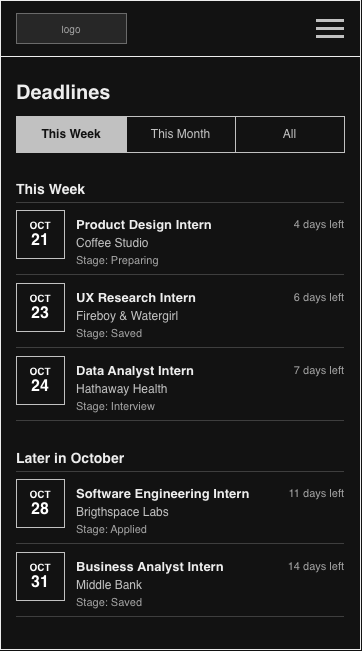
Above: ux-design/wireframes-19-deadlines.drawio.png in agile-students-fall2026/CareerHive (draw.io), before the change. Source tidied: cells renumbered, new cells last; positions are measured from the earlier drawing's top-left corner, leaving out a move shared by most shapes.
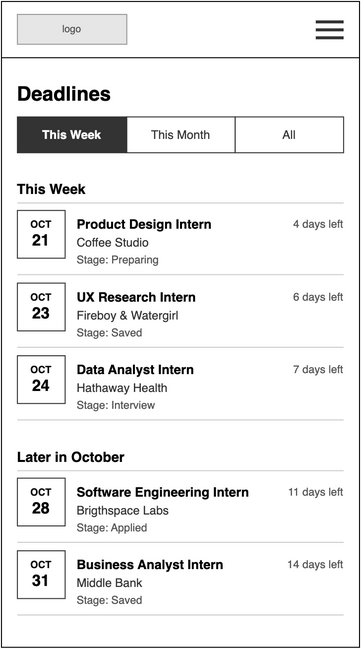
After the commit.

The edit, as a diff of the source:
```diff
@@ -17,10 +17,10 @@
     <mxCell id="6" style="html=1;whiteSpace=wrap;fontFamily=Helvetica;rounded=0;fillColor=#333333;strokeColor=none;" parent="1" vertex="1">
       <mxGeometry x="316" y="35" width="28" height="3" as="geometry" />
     </mxCell>
-    <mxCell id="7" style="html=1;whiteSpace=wrap;fontFamily=Helvetica;fillColor=#000000;strokeColor=none;" parent="1" vertex="1">
+    <mxCell id="7" style="html=1;whiteSpace=wrap;fontFamily=Helvetica;fillColor=#000000;strokeColor=none;rounded=0;" parent="1" vertex="1">
       <mxGeometry y="56" width="360" height="1" as="geometry" />
     </mxCell>
-    <mxCell id="8" value="Deadlines" style="html=1;whiteSpace=wrap;fontFamily=Helvetica;text;strokeColor=none;fillColor=none;spacing=0;overflow=visible;fontSize=20;fontStyle=1;fontColor=#000000;align=left;verticalAlign=top;" parent="1" vertex="1">
+    <mxCell id="8" value="Deadlines" style="html=1;whiteSpace=wrap;fontFamily=Helvetica;text;strokeColor=none;fillColor=none;spacing=0;overflow=visible;fontSize=20;fontStyle=1;fontColor=#000000;align=left;verticalAlign=top;rounded=0;" parent="1" vertex="1">
       <mxGeometry x="16" y="76" width="328" height="28" as="geometry" />
     </mxCell>
     <mxCell id="9" value="This Week" style="html=1;whiteSpace=wrap;fontFamily=Helvetica;rounded=0;fontSize=12;fillColor=#333333;strokeColor=#333333;fontColor=#FFFFFF;fontStyle=1;" parent="1" vertex="1">
@@ -32,7 +32,7 @@
     <mxCell id="11" value="All" style="html=1;whiteSpace=wrap;fontFamily=Helvetica;rounded=0;fontSize=12;fillColor=#FFFFFF;strokeColor=#333333;fontColor=#333333;" parent="1" vertex="1">
       <mxGeometry x="235" y="116" width="109" height="36" as="geometry" />
     </mxCell>
-    <mxCell id="12" value="This Week" style="html=1;whiteSpace=wrap;fontFamily=Helvetica;text;strokeColor=none;fillColor=none;spacing=0;overflow=visible;fontSize=14;fontStyle=1;fontColor=#000000;align=left;verticalAlign=top;" parent="1" vertex="1">
+    <mxCell id="12" value="This Week" style="html=1;whiteSpace=wrap;fontFamily=Helvetica;text;strokeColor=none;fillColor=none;spacing=0;overflow=visible;fontSize=14;fontStyle=1;fontColor=#000000;align=left;verticalAlign=top;rounded=0;" parent="1" vertex="1">
       <mxGeometry x="16" y="176" width="328" height="18" as="geometry" />
     </mxCell>
     <mxCell id="13" style="html=1;whiteSpace=wrap;fontFamily=Helvetica;rounded=0;fillColor=#CCCCCC;strokeColor=none;" parent="1" vertex="1">
@@ -41,16 +41,16 @@
     <mxCell id="14" value="&lt;b&gt;OCT&lt;/b&gt;&lt;br&gt;&lt;font style='font-size:16px'&gt;&lt;b&gt;21&lt;/b&gt;&lt;/font&gt;" style="html=1;whiteSpace=wrap;fontFamily=Helvetica;rounded=0;fillColor=#FFFFFF;strokeColor=#333333;fontSize=10;" parent="1" vertex="1">
       <mxGeometry x="16" y="210" width="48" height="48" as="geometry" />
     </mxCell>
-    <mxCell id="15" value="Product Design Intern" style="html=1;whiteSpace=wrap;fontFamily=Helvetica;text;strokeColor=none;fillColor=none;spacing=0;overflow=visible;fontSize=13;fontStyle=1;fontColor=#000000;align=left;verticalAlign=top;" parent="1" vertex="1">
+    <mxCell id="15" value="Product Design Intern" style="html=1;whiteSpace=wrap;fontFamily=Helvetica;text;strokeColor=none;fillColor=none;spacing=0;overflow=visible;fontSize=13;fontStyle=1;fontColor=#000000;align=left;verticalAlign=top;rounded=0;" parent="1" vertex="1">
       <mxGeometry x="76" y="212" width="190" height="18" as="geometry" />
     </mxCell>
-    <mxCell id="16" value="Coffee Studio" style="html=1;whiteSpace=wrap;fontFamily=Helvetica;text;strokeColor=none;fillColor=none;spacing=0;overflow=visible;fontSize=12;fontStyle=0;fontColor=#333333;align=left;verticalAlign=top;" parent="1" vertex="1">
+    <mxCell id="16" value="Coffee Studio" style="html=1;whiteSpace=wrap;fontFamily=Helvetica;text;strokeColor=none;fillColor=none;spacing=0;overflow=visible;fontSize=12;fontStyle=0;fontColor=#333333;align=left;verticalAlign=top;rounded=0;" parent="1" vertex="1">
       <mxGeometry x="76" y="231" width="190" height="16" as="geometry" />
     </mxCell>
-    <mxCell id="17" value="Stage: Preparing" style="html=1;whiteSpace=wrap;fontFamily=Helvetica;text;strokeColor=none;fillColor=none;spacing=0;overflow=visible;fontSize=11;fontStyle=0;fontColor=#555555;align=left;verticalAlign=top;" parent="1" vertex="1">
+    <mxCell id="17" value="Stage: Preparing" style="html=1;whiteSpace=wrap;fontFamily=Helvetica;text;strokeColor=none;fillColor=none;spacing=0;overflow=visible;fontSize=11;fontStyle=0;fontColor=#555555;align=left;verticalAlign=top;rounded=0;" parent="1" vertex="1">
       <mxGeometry x="76" y="249" width="190" height="16" as="geometry" />
     </mxCell>
-    <mxCell id="18" value="4 days left" style="html=1;whiteSpace=wrap;fontFamily=Helvetica;text;strokeColor=none;fillColor=none;spacing=0;overflow=visible;fontSize=11;fontStyle=0;fontColor=#555555;align=right;verticalAlign=top;" parent="1" vertex="1">
+    <mxCell id="18" value="4 days left" style="html=1;whiteSpace=wrap;fontFamily=Helvetica;text;strokeColor=none;fillColor=none;spacing=0;overflow=visible;fontSize=11;fontStyle=0;fontColor=#555555;align=right;verticalAlign=top;rounded=0;" parent="1" vertex="1">
       <mxGeometry x="264" y="213" width="80" height="16" as="geometry" />
     </mxCell>
     <mxCell id="19" style="html=1;whiteSpace=wrap;fontFamily=Helvetica;rounded=0;fillColor=#CCCCCC;strokeColor=none;" parent="1" vertex="1">
@@ -59,16 +59,16 @@
     <mxCell id="20" value="&lt;b&gt;OCT&lt;/b&gt;&lt;br&gt;&lt;font style='font-size:16px'&gt;&lt;b&gt;23&lt;/b&gt;&lt;/font&gt;" style="html=1;whiteSpace=wrap;fontFamily=Helvetica;rounded=0;fillColor=#FFFFFF;strokeColor=#333333;fontSize=10;" parent="1" vertex="1">
       <mxGeometry x="16" y="283" width="48" height="48" as="geometry" />
     </mxCell>
-    <mxCell id="21" value="UX Research Intern" style="html=1;whiteSpace=wrap;fontFamily=Helvetica;text;strokeColor=none;fillColor=none;spacing=0;overflow=visible;fontSize=13;fontStyle=1;fontColor=#000000;align=left;verticalAlign=top;" parent="1" vertex="1">
+    <mxCell id="21" value="UX Research Intern" style="html=1;whiteSpace=wrap;fontFamily=Helvetica;text;strokeColor=none;fillColor=none;spacing=0;overflow=visible;fontSize=13;fontStyle=1;fontColor=#000000;align=left;verticalAlign=top;rounded=0;" parent="1" vertex="1">
       <mxGeometry x="76" y="285" width="190" height="18" as="geometry" />
     </mxCell>
-    <mxCell id="22" value="Fireboy &amp;amp; Watergirl" style="html=1;whiteSpace=wrap;fontFamily=Helvetica;text;strokeColor=none;fillColor=none;spacing=0;overflow=visible;fontSize=12;fontStyle=0;fontColor=#333333;align=left;verticalAlign=top;" parent="1" vertex="1">
+    <mxCell id="22" value="Fireboy &amp;amp; Watergirl" style="html=1;whiteSpace=wrap;fontFamily=Helvetica;text;strokeColor=none;fillColor=none;spacing=0;overflow=visible;fontSize=12;fontStyle=0;fontColor=#333333;align=left;verticalAlign=top;rounded=0;" parent="1" vertex="1">
       <mxGeometry x="76" y="304" width="190" height="16" as="geometry" />
     </mxCell>
-    <mxCell id="23" value="Stage: Saved" style="html=1;whiteSpace=wrap;fontFamily=Helvetica;text;strokeColor=none;fillColor=none;spacing=0;overflow=visible;fontSize=11;fontStyle=0;fontColor=#555555;align=left;verticalAlign=top;" parent="1" vertex="1">
+    <mxCell id="23" value="Stage: Saved" style="html=1;whiteSpace=wrap;fontFamily=Helvetica;text;strokeColor=none;fillColor=none;spacing=0;overflow=visible;fontSize=11;fontStyle=0;fontColor=#555555;align=left;verticalAlign=top;rounded=0;" parent="1" vertex="1">
       <mxGeometry x="76" y="322" width="190" height="16" as="geometry" />
     </mxCell>
-    <mxCell id="24" value="6 days left" style="html=1;whiteSpace=wrap;fontFamily=Helvetica;text;strokeColor=none;fillColor=none;spacing=0;overflow=visible;fontSize=11;fontStyle=0;fontColor=#555555;align=right;verticalAlign=top;" parent="1" vertex="1">
+    <mxCell id="24" value="6 days left" style="html=1;whiteSpace=wrap;fontFamily=Helvetica;text;strokeColor=none;fillColor=none;spacing=0;overflow=visible;fontSize=11;fontStyle=0;fontColor=#555555;align=right;verticalAlign=top;rounded=0;" parent="1" vertex="1">
       <mxGeometry x="264" y="286" width="80" height="16" as="geometry" />
     </mxCell>
     <mxCell id="25" style="html=1;whiteSpace=wrap;fontFamily=Helvetica;rounded=0;fillColor=#CCCCCC;strokeColor=none;" parent="1" vertex="1">
@@ -77,22 +77,22 @@
     <mxCell id="26" value="&lt;b&gt;OCT&lt;/b&gt;&lt;br&gt;&lt;font style='font-size:16px'&gt;&lt;b&gt;24&lt;/b&gt;&lt;/font&gt;" style="html=1;whiteSpace=wrap;fontFamily=Helvetica;rounded=0;fillColor=#FFFFFF;strokeColor=#333333;fontSize=10;" parent="1" vertex="1">
       <mxGeometry x="16" y="356" width="48" height="48" as="geometry" />
     </mxCell>
-    <mxCell id="27" value="Data Analyst Intern" style="html=1;whiteSpace=wrap;fontFamily=Helvetica;text;strokeColor=none;fillColor=none;spacing=0;overflow=visible;fontSize=13;fontStyle=1;fontColor=#000000;align=left;verticalAlign=top;" parent="1" vertex="1">
+    <mxCell id="27" value="Data Analyst Intern" style="html=1;whiteSpace=wrap;fontFamily=Helvetica;text;strokeColor=none;fillColor=none;spacing=0;overflow=visible;fontSize=13;fontStyle=1;fontColor=#000000;align=left;verticalAlign=top;rounded=0;" parent="1" vertex="1">
       <mxGeometry x="76" y="358" width="190" height="18" as="geometry" />
     </mxCell>
-    <mxCell id="28" value="Hathaway Health" style="html=1;whiteSpace=wrap;fontFamily=Helvetica;text;strokeColor=none;fillColor=none;spacing=0;overflow=visible;fontSize=12;fontStyle=0;fontColor=#333333;align=left;verticalAlign=top;" parent="1" vertex="1">
+    <mxCell id="28" value="Hathaway Health" style="html=1;whiteSpace=wrap;fontFamily=Helvetica;text;strokeColor=none;fillColor=none;spacing=0;overflow=visible;fontSize=12;fontStyle=0;fontColor=#333333;align=left;verticalAlign=top;rounded=0;" parent="1" vertex="1">
       <mxGeometry x="76" y="377" width="190" height="16" as="geometry" />
     </mxCell>
-    <mxCell id="29" value="Stage: Interview" style="html=1;whiteSpace=wrap;fontFamily=Helvetica;text;strokeColor=none;fillColor=none;spacing=0;overflow=visible;fontSize=11;fontStyle=0;fontColor=#555555;align=left;verticalAlign=top;" parent="1" vertex="1">
+    <mxCell id="29" value="Stage: Interview" style="html=1;whiteSpace=wrap;fontFamily=Helvetica;text;strokeColor=none;fillColor=none;spacing=0;overflow=visible;fontSize=11;fontStyle=0;fontColor=#555555;align=left;verticalAlign=top;rounded=0;" parent="1" vertex="1">
       <mxGeometry x="76" y="395" width="190" height="16" as="geometry" />
     </mxCell>
-    <mxCell id="30" value="7 days left" style="html=1;whiteSpace=wrap;fontFamily=Helvetica;text;strokeColor=none;fillColor=none;spacing=0;overflow=visible;fontSize=11;fontStyle=0;fontColor=#555555;align=right;verticalAlign=top;" parent="1" vertex="1">
+    <mxCell id="30" value="7 days left" style="html=1;whiteSpace=wrap;fontFamily=Helvetica;text;strokeColor=none;fillColor=none;spacing=0;overflow=visible;fontSize=11;fontStyle=0;fontColor=#555555;align=right;verticalAlign=top;rounded=0;" parent="1" vertex="1">
       <mxGeometry x="264" y="359" width="80" height="16" as="geometry" />
     </mxCell>
     <mxCell id="31" style="html=1;whiteSpace=wrap;fontFamily=Helvetica;rounded=0;fillColor=#CCCCCC;strokeColor=none;" parent="1" vertex="1">
       <mxGeometry x="16" y="420" width="328" height="1" as="geometry" />
     </mxCell>
-    <mxCell id="32" value="Later in October" style="html=1;whiteSpace=wrap;fontFamily=Helvetica;text;strokeColor=none;fillColor=none;spacing=0;overflow=visible;fontSize=14;fontStyle=1;fontColor=#000000;align=left;verticalAlign=top;" parent="1" vertex="1">
+    <mxCell id="32" value="Later in October" style="html=1;whiteSpace=wrap;fontFamily=Helvetica;text;strokeColor=none;fillColor=none;spacing=0;overflow=visible;fontSize=14;fontStyle=1;fontColor=#000000;align=left;verticalAlign=top;rounded=0;" parent="1" vertex="1">
       <mxGeometry x="16" y="445" width="328" height="18" as="geometry" />
     </mxCell>
     <mxCell id="33" style="html=1;whiteSpace=wrap;fontFamily=Helvetica;rounded=0;fillColor=#CCCCCC;strokeColor=none;" parent="1" vertex="1">
@@ -101,16 +101,16 @@
     <mxCell id="34" value="&lt;b&gt;OCT&lt;/b&gt;&lt;br&gt;&lt;font style='font-size:16px'&gt;&lt;b&gt;28&lt;/b&gt;&lt;/font&gt;" style="html=1;whiteSpace=wrap;fontFamily=Helvetica;rounded=0;fillColor=#FFFFFF;strokeColor=#333333;fontSize=10;" parent="1" vertex="1">
       <mxGeometry x="16" y="479" width="48" height="48" as="geometry" />
     </mxCell>
-    <mxCell id="35" value="Software Engineering Intern" style="html=1;whiteSpace=wrap;fontFamily=Helvetica;text;strokeColor=none;fillColor=none;spacing=0;overflow=visible;fontSize=13;fontStyle=1;fontColor=#000000;align=left;verticalAlign=top;" parent="1" vertex="1">
+    <mxCell id="35" value="Software Engineering Intern" style="html=1;whiteSpace=wrap;fontFamily=Helvetica;text;strokeColor=none;fillColor=none;spacing=0;overflow=visible;fontSize=13;fontStyle=1;fontColor=#000000;align=left;verticalAlign=top;rounded=0;" parent="1" vertex="1">
       <mxGeometry x="76" y="481" width="190" height="18" as="geometry" />
     </mxCell>
-    <mxCell id="36" value="Brigthspace Labs" style="html=1;whiteSpace=wrap;fontFamily=Helvetica;text;strokeColor=none;fillColor=none;spacing=0;overflow=visible;fontSize=12;fontStyle=0;fontColor=#333333;align=left;verticalAlign=top;" parent="1" vertex="1">
+    <mxCell id="36" value="Brigthspace Labs" style="html=1;whiteSpace=wrap;fontFamily=Helvetica;text;strokeColor=none;fillColor=none;spacing=0;overflow=visible;fontSize=12;fontStyle=0;fontColor=#333333;align=left;verticalAlign=top;rounded=0;" parent="1" vertex="1">
       <mxGeometry x="76" y="500" width="190" height="16" as="geometry" />
     </mxCell>
-    <mxCell id="37" value="Stage: Applied" style="html=1;whiteSpace=wrap;fontFamily=Helvetica;text;strokeColor=none;fillColor=none;spacing=0;overflow=visible;fontSize=11;fontStyle=0;fontColor=#555555;align=left;verticalAlign=top;" parent="1" vertex="1">
+    <mxCell id="37" value="Stage: Applied" style="html=1;whiteSpace=wrap;fontFamily=Helvetica;text;strokeColor=none;fillColor=none;spacing=0;overflow=visible;fontSize=11;fontStyle=0;fontColor=#555555;align=left;verticalAlign=top;rounded=0;" parent="1" vertex="1">
       <mxGeometry x="76" y="518" width="190" height="16" as="geometry" />
     </mxCell>
-    <mxCell id="38" value="11 days left" style="html=1;whiteSpace=wrap;fontFamily=Helvetica;text;strokeColor=none;fillColor=none;spacing=0;overflow=visible;fontSize=11;fontStyle=0;fontColor=#555555;align=right;verticalAlign=top;" parent="1" vertex="1">
+    <mxCell id="38" value="11 days left" style="html=1;whiteSpace=wrap;fontFamily=Helvetica;text;strokeColor=none;fillColor=none;spacing=0;overflow=visible;fontSize=11;fontStyle=0;fontColor=#555555;align=right;verticalAlign=top;rounded=0;" parent="1" vertex="1">
       <mxGeometry x="264" y="482" width="80" height="16" as="geometry" />
     </mxCell>
     <mxCell id="39" style="html=1;whiteSpace=wrap;fontFamily=Helvetica;rounded=0;fillColor=#CCCCCC;strokeColor=none;" parent="1" vertex="1">
@@ -119,16 +119,16 @@
     <mxCell id="40" value="&lt;b&gt;OCT&lt;/b&gt;&lt;br&gt;&lt;font style='font-size:16px'&gt;&lt;b&gt;31&lt;/b&gt;&lt;/font&gt;" style="html=1;whiteSpace=wrap;fontFamily=Helvetica;rounded=0;fillColor=#FFFFFF;strokeColor=#333333;fontSize=10;" parent="1" vertex="1">
       <mxGeometry x="16" y="552" width="48" height="48" as="geometry" />
     </mxCell>
-    <mxCell id="41" value="Business Analyst Intern" style="html=1;whiteSpace=wrap;fontFamily=Helvetica;text;strokeColor=none;fillColor=none;spacing=0;overflow=visible;fontSize=13;fontStyle=1;fontColor=#000000;align=left;verticalAlign=top;" parent="1" vertex="1">
+    <mxCell id="41" value="Business Analyst Intern" style="html=1;whiteSpace=wrap;fontFamily=Helvetica;text;strokeColor=none;fillColor=none;spacing=0;overflow=visible;fontSize=13;fontStyle=1;fontColor=#000000;align=left;verticalAlign=top;rounded=0;" parent="1" vertex="1">
       <mxGeometry x="76" y="554" width="190" height="18" as="geometry" />
     </mxCell>
-    <mxCell id="42" value="Middle Bank" style="html=1;whiteSpace=wrap;fontFamily=Helvetica;text;strokeColor=none;fillColor=none;spacing=0;overflow=visible;fontSize=12;fontStyle=0;fontColor=#333333;align=left;verticalAlign=top;" parent="1" vertex="1">
+    <mxCell id="42" value="Middle Bank" style="html=1;whiteSpace=wrap;fontFamily=Helvetica;text;strokeColor=none;fillColor=none;spacing=0;overflow=visible;fontSize=12;fontStyle=0;fontColor=#333333;align=left;verticalAlign=top;rounded=0;" parent="1" vertex="1">
       <mxGeometry x="76" y="573" width="190" height="16" as="geometry" />
     </mxCell>
-    <mxCell id="43" value="Stage: Saved" style="html=1;whiteSpace=wrap;fontFamily=Helvetica;text;strokeColor=none;fillColor=none;spacing=0;overflow=visible;fontSize=11;fontStyle=0;fontColor=#555555;align=left;verticalAlign=top;" parent="1" vertex="1">
+    <mxCell id="43" value="Stage: Saved" style="html=1;whiteSpace=wrap;fontFamily=Helvetica;text;strokeColor=none;fillColor=none;spacing=0;overflow=visible;fontSize=11;fontStyle=0;fontColor=#555555;align=left;verticalAlign=top;rounded=0;" parent="1" vertex="1">
       <mxGeometry x="76" y="591" width="190" height="16" as="geometry" />
     </mxCell>
-    <mxCell id="44" value="14 days left" style="html=1;whiteSpace=wrap;fontFamily=Helvetica;text;strokeColor=none;fillColor=none;spacing=0;overflow=visible;fontSize=11;fontStyle=0;fontColor=#555555;align=right;verticalAlign=top;" parent="1" vertex="1">
+    <mxCell id="44" value="14 days left" style="html=1;whiteSpace=wrap;fontFamily=Helvetica;text;strokeColor=none;fillColor=none;spacing=0;overflow=visible;fontSize=11;fontStyle=0;fontColor=#555555;align=right;verticalAlign=top;rounded=0;" parent="1" vertex="1">
       <mxGeometry x="264" y="555" width="80" height="16" as="geometry" />
     </mxCell>
     <mxCell id="45" style="html=1;whiteSpace=wrap;fontFamily=Helvetica;rounded=0;fillColor=#CCCCCC;strokeColor=none;" parent="1" vertex="1">
```
